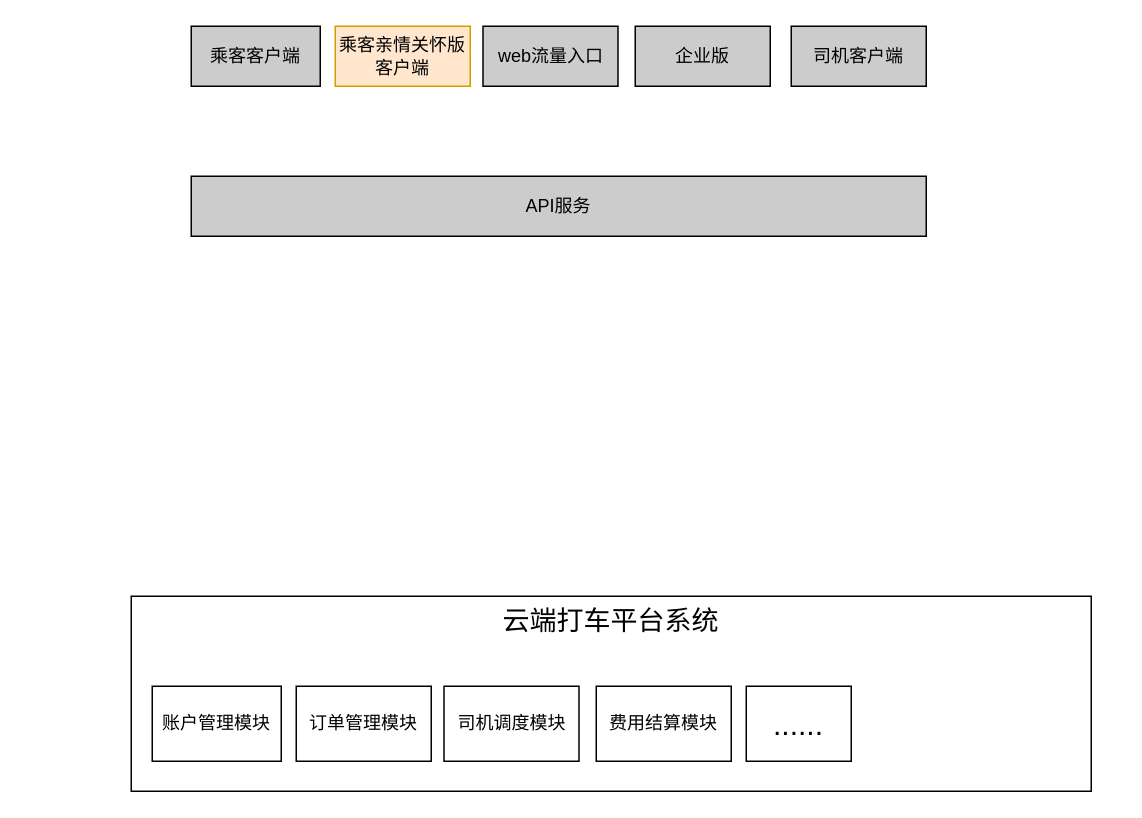
Earlier version of the draw.io diagram draw/亲情关怀打车系统架构图.drawio (befairyliu/draw.io). Source tidied: cells renumbered, new cells numbered last; positions are measured from the earlier drawing's top-left corner, leaving out a move shared by most shapes. Both pictures are drawn from the tidied source at 150%, with x=0, y=0 at pixel (130, 26).
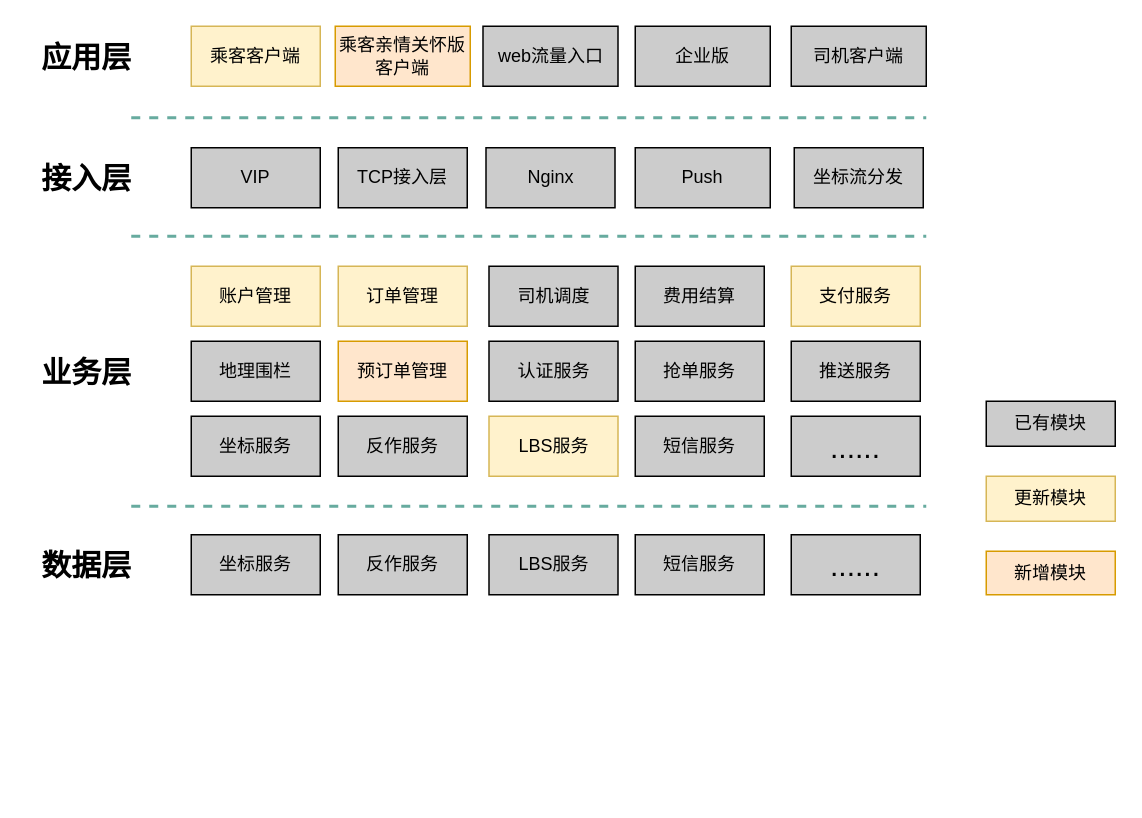
Above is the later version.

Commit message (it also covers changes not shown here):
Update 亲情关怀打车系统架构图.drawio

Diff of the diagram source:
```diff
@@
-    <mxCell id="2" value="&lt;font style=&quot;font-size: 18px&quot;&gt;云端打车平台系统&lt;/font&gt;" style="rounded=0;whiteSpace=wrap;html=1;verticalAlign=top;" parent="1" vertex="1">
-      <mxGeometry y="380" width="640" height="130" as="geometry" />
-    </mxCell>
-    <mxCell id="3" value="账户管理模块" style="rounded=0;whiteSpace=wrap;html=1;" parent="1" vertex="1">
-      <mxGeometry x="14" y="440" width="86" height="50" as="geometry" />
-    </mxCell>
-    <mxCell id="4" value="订单管理模块" style="rounded=0;whiteSpace=wrap;html=1;" parent="1" vertex="1">
-      <mxGeometry x="110" y="440" width="90" height="50" as="geometry" />
-    </mxCell>
-    <mxCell id="5" value="司机调度模块" style="rounded=0;whiteSpace=wrap;html=1;" parent="1" vertex="1">
-      <mxGeometry x="208.5" y="440" width="90" height="50" as="geometry" />
-    </mxCell>
-    <mxCell id="6" value="费用结算模块" style="rounded=0;whiteSpace=wrap;html=1;" parent="1" vertex="1">
-      <mxGeometry x="310" y="440" width="90" height="50" as="geometry" />
-    </mxCell>
-    <mxCell id="7" value="&lt;font style=&quot;font-size: 20px&quot;&gt;......&lt;/font&gt;" style="rounded=0;whiteSpace=wrap;html=1;" parent="1" vertex="1">
-      <mxGeometry x="410" y="440" width="70" height="50" as="geometry" />
-    </mxCell>
-    <mxCell id="8" value="乘客客户端" style="rounded=0;whiteSpace=wrap;html=1;fillColor=#CCCCCC;" parent="1" vertex="1">
+    <mxCell id="8" value="乘客客户端" style="rounded=0;whiteSpace=wrap;html=1;fillColor=#fff2cc;strokeColor=#d6b656;" parent="1" vertex="1">
       <mxGeometry x="40" width="86" height="40" as="geometry" />
     </mxCell>
@@
-    <mxCell id="13" value="API服务" style="rounded=0;whiteSpace=wrap;html=1;fillColor=#CCCCCC;" parent="1" vertex="1">
-      <mxGeometry x="40" y="100" width="490" height="40" as="geometry" />
-    </mxCell>
+    <mxCell id="14" value="VIP" style="rounded=0;whiteSpace=wrap;html=1;fillColor=#CCCCCC;" parent="1" vertex="1">
+      <mxGeometry x="40" y="81" width="86" height="40" as="geometry" />
+    </mxCell>
+    <mxCell id="15" value="TCP接入层" style="rounded=0;whiteSpace=wrap;html=1;fillColor=#CCCCCC;" parent="1" vertex="1">
+      <mxGeometry x="138" y="81" width="86" height="40" as="geometry" />
+    </mxCell>
+    <mxCell id="16" value="Nginx" style="rounded=0;whiteSpace=wrap;html=1;fillColor=#CCCCCC;" parent="1" vertex="1">
+      <mxGeometry x="236.5" y="81" width="86" height="40" as="geometry" />
+    </mxCell>
+    <mxCell id="17" value="坐标流分发" style="rounded=0;whiteSpace=wrap;html=1;fillColor=#CCCCCC;" parent="1" vertex="1">
+      <mxGeometry x="442" y="81" width="86" height="40" as="geometry" />
+    </mxCell>
+    <mxCell id="18" value="账户管理" style="rounded=0;whiteSpace=wrap;html=1;fillColor=#fff2cc;strokeColor=#d6b656;" parent="1" vertex="1">
+      <mxGeometry x="40" y="160" width="86" height="40" as="geometry" />
+    </mxCell>
+    <mxCell id="19" value="订单管理" style="rounded=0;whiteSpace=wrap;html=1;fillColor=#fff2cc;strokeColor=#d6b656;" parent="1" vertex="1">
+      <mxGeometry x="138" y="160" width="86" height="40" as="geometry" />
+    </mxCell>
+    <mxCell id="20" value="司机调度" style="rounded=0;whiteSpace=wrap;html=1;fillColor=#CCCCCC;" parent="1" vertex="1">
+      <mxGeometry x="238.5" y="160" width="86" height="40" as="geometry" />
+    </mxCell>
+    <mxCell id="21" value="费用结算" style="rounded=0;whiteSpace=wrap;html=1;fillColor=#CCCCCC;" parent="1" vertex="1">
+      <mxGeometry x="336" y="160" width="86" height="40" as="geometry" />
+    </mxCell>
+    <mxCell id="22" value="支付服务" style="rounded=0;whiteSpace=wrap;html=1;fillColor=#fff2cc;strokeColor=#d6b656;" parent="1" vertex="1">
+      <mxGeometry x="440" y="160" width="86" height="40" as="geometry" />
+    </mxCell>
+    <mxCell id="23" value="地理围栏" style="rounded=0;whiteSpace=wrap;html=1;fillColor=#CCCCCC;" parent="1" vertex="1">
+      <mxGeometry x="40" y="210" width="86" height="40" as="geometry" />
+    </mxCell>
+    <mxCell id="24" value="预订单管理" style="rounded=0;whiteSpace=wrap;html=1;fillColor=#ffe6cc;strokeColor=#d79b00;" parent="1" vertex="1">
+      <mxGeometry x="138" y="210" width="86" height="40" as="geometry" />
+    </mxCell>
+    <mxCell id="25" value="认证服务" style="rounded=0;whiteSpace=wrap;html=1;fillColor=#CCCCCC;" parent="1" vertex="1">
+      <mxGeometry x="238.5" y="210" width="86" height="40" as="geometry" />
+    </mxCell>
+    <mxCell id="26" value="抢单服务" style="rounded=0;whiteSpace=wrap;html=1;fillColor=#CCCCCC;" parent="1" vertex="1">
+      <mxGeometry x="336" y="210" width="86" height="40" as="geometry" />
+    </mxCell>
+    <mxCell id="27" value="推送服务" style="rounded=0;whiteSpace=wrap;html=1;fillColor=#CCCCCC;" parent="1" vertex="1">
+      <mxGeometry x="440" y="210" width="86" height="40" as="geometry" />
+    </mxCell>
+    <mxCell id="28" value="坐标服务" style="rounded=0;whiteSpace=wrap;html=1;fillColor=#CCCCCC;" parent="1" vertex="1">
+      <mxGeometry x="40" y="260" width="86" height="40" as="geometry" />
+    </mxCell>
+    <mxCell id="29" value="反作服务" style="rounded=0;whiteSpace=wrap;html=1;fillColor=#CCCCCC;" parent="1" vertex="1">
+      <mxGeometry x="138" y="260" width="86" height="40" as="geometry" />
+    </mxCell>
+    <mxCell id="30" value="LBS服务" style="rounded=0;whiteSpace=wrap;html=1;fillColor=#fff2cc;strokeColor=#d6b656;" parent="1" vertex="1">
+      <mxGeometry x="238.5" y="260" width="86" height="40" as="geometry" />
+    </mxCell>
+    <mxCell id="31" value="短信服务" style="rounded=0;whiteSpace=wrap;html=1;fillColor=#CCCCCC;" parent="1" vertex="1">
+      <mxGeometry x="336" y="260" width="86" height="40" as="geometry" />
+    </mxCell>
+    <mxCell id="32" value="&lt;font style=&quot;font-size: 20px&quot;&gt;......&lt;/font&gt;" style="rounded=0;whiteSpace=wrap;html=1;fillColor=#CCCCCC;" parent="1" vertex="1">
+      <mxGeometry x="440" y="260" width="86" height="40" as="geometry" />
+    </mxCell>
+    <mxCell id="33" value="Push" style="rounded=0;whiteSpace=wrap;html=1;fillColor=#CCCCCC;" parent="1" vertex="1">
+      <mxGeometry x="336" y="81" width="90" height="40" as="geometry" />
+    </mxCell>
+    <mxCell id="34" value="坐标服务" style="rounded=0;whiteSpace=wrap;html=1;fillColor=#CCCCCC;" parent="1" vertex="1">
+      <mxGeometry x="40" y="339" width="86" height="40" as="geometry" />
+    </mxCell>
+    <mxCell id="35" value="反作服务" style="rounded=0;whiteSpace=wrap;html=1;fillColor=#CCCCCC;" parent="1" vertex="1">
+      <mxGeometry x="138" y="339" width="86" height="40" as="geometry" />
+    </mxCell>
+    <mxCell id="36" value="LBS服务" style="rounded=0;whiteSpace=wrap;html=1;fillColor=#CCCCCC;" parent="1" vertex="1">
+      <mxGeometry x="238.5" y="339" width="86" height="40" as="geometry" />
+    </mxCell>
+    <mxCell id="37" value="短信服务" style="rounded=0;whiteSpace=wrap;html=1;fillColor=#CCCCCC;" parent="1" vertex="1">
+      <mxGeometry x="336" y="339" width="86" height="40" as="geometry" />
+    </mxCell>
+    <mxCell id="38" value="&lt;font style=&quot;font-size: 20px&quot;&gt;......&lt;/font&gt;" style="rounded=0;whiteSpace=wrap;html=1;fillColor=#CCCCCC;" parent="1" vertex="1">
+      <mxGeometry x="440" y="339" width="86" height="40" as="geometry" />
+    </mxCell>
+    <mxCell id="39" style="endArrow=none;dashed=1;html=1;strokeWidth=2;strokeColor=#67AB9F;" parent="1" edge="1">
+      <mxGeometry relative="1" as="geometry">
+        <mxPoint y="61" as="sourcePoint" />
+        <mxPoint x="530" y="61" as="targetPoint" />
+      </mxGeometry>
+    </mxCell>
+    <mxCell id="40" style="endArrow=none;dashed=1;html=1;strokeWidth=2;strokeColor=#67AB9F;" parent="1" edge="1">
+      <mxGeometry relative="1" as="geometry">
+        <mxPoint y="140" as="sourcePoint" />
+        <mxPoint x="530" y="140" as="targetPoint" />
+      </mxGeometry>
+    </mxCell>
+    <mxCell id="41" style="endArrow=none;dashed=1;html=1;strokeWidth=2;strokeColor=#67AB9F;" parent="1" edge="1">
+      <mxGeometry relative="1" as="geometry">
+        <mxPoint y="320" as="sourcePoint" />
+        <mxPoint x="530" y="320" as="targetPoint" />
+      </mxGeometry>
+    </mxCell>
+    <mxCell id="42" value="&lt;span style=&quot;font-size: 20px&quot;&gt;&lt;b&gt;应用层&lt;/b&gt;&lt;/span&gt;" style="text;html=1;align=center;verticalAlign=middle;" parent="1" vertex="1">
+      <mxGeometry x="-70" y="10" width="80" height="20" as="geometry" />
+    </mxCell>
+    <mxCell id="43" value="&lt;font style=&quot;font-size: 20px&quot;&gt;&lt;b&gt;接入层&lt;/b&gt;&lt;/font&gt;" style="text;html=1;align=center;verticalAlign=middle;" parent="1" vertex="1">
+      <mxGeometry x="-70" y="91" width="80" height="20" as="geometry" />
+    </mxCell>
+    <mxCell id="44" value="&lt;font style=&quot;font-size: 20px&quot;&gt;&lt;b&gt;业务层&lt;/b&gt;&lt;/font&gt;" style="text;html=1;align=center;verticalAlign=middle;" parent="1" vertex="1">
+      <mxGeometry x="-70" y="220" width="80" height="20" as="geometry" />
+    </mxCell>
+    <mxCell id="45" value="&lt;font style=&quot;font-size: 20px&quot;&gt;&lt;b&gt;数据层&lt;/b&gt;&lt;/font&gt;" style="text;html=1;align=center;verticalAlign=middle;" parent="1" vertex="1">
+      <mxGeometry x="-70" y="349" width="80" height="20" as="geometry" />
+    </mxCell>
+    <mxCell id="46" value="更新模块" style="rounded=0;whiteSpace=wrap;html=1;fillColor=#fff2cc;strokeColor=#d6b656;" parent="1" vertex="1">
+      <mxGeometry x="570" y="300" width="86" height="30" as="geometry" />
+    </mxCell>
+    <mxCell id="47" value="新增模块" style="rounded=0;whiteSpace=wrap;html=1;fillColor=#ffe6cc;strokeColor=#d79b00;" parent="1" vertex="1">
+      <mxGeometry x="570" y="350" width="86" height="29" as="geometry" />
+    </mxCell>
+    <mxCell id="48" value="已有模块" style="rounded=0;whiteSpace=wrap;html=1;fillColor=#CCCCCC;" parent="1" vertex="1">
+      <mxGeometry x="570" y="250" width="86" height="30" as="geometry" />
+    </mxCell>
```
